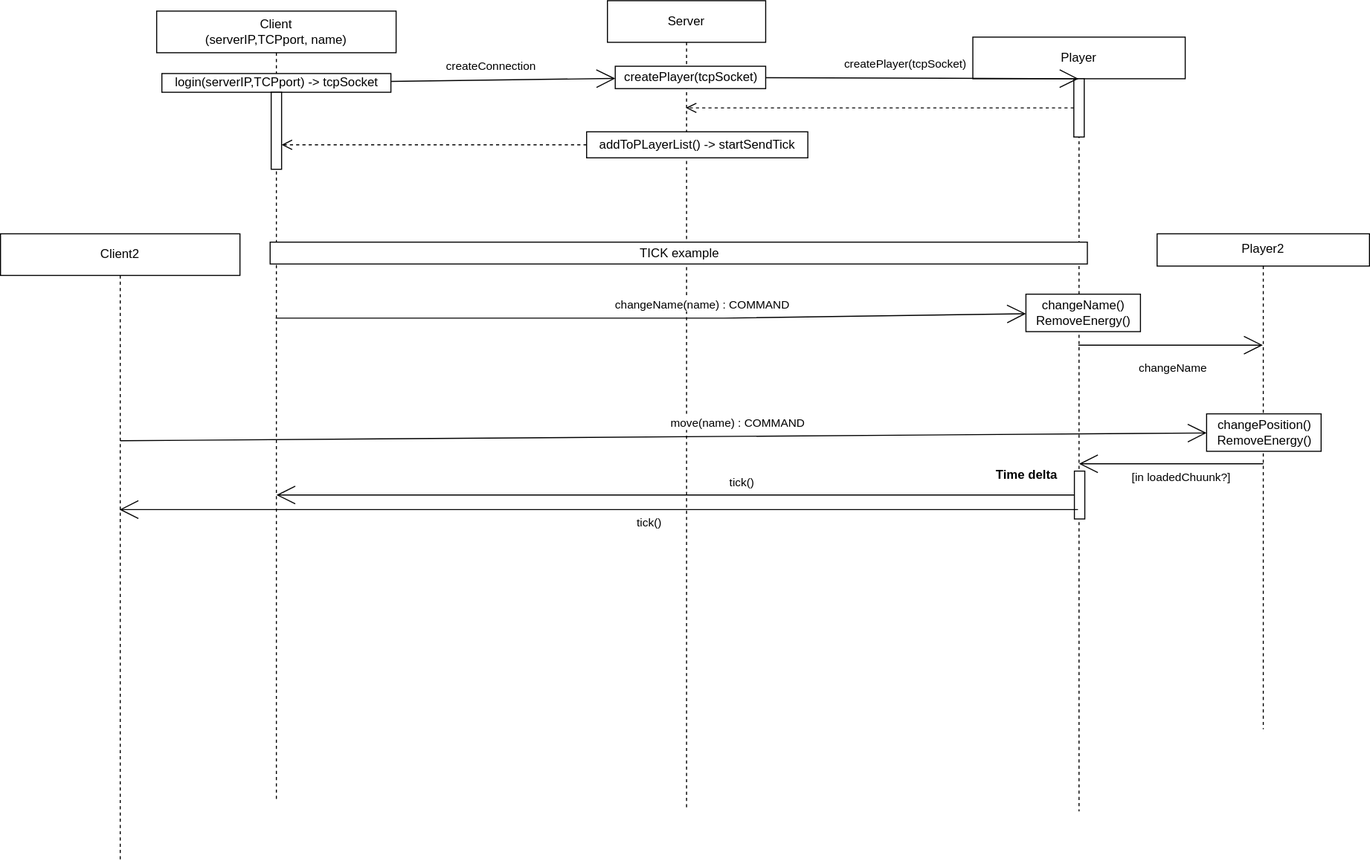
Omelug/HexagonWorld keeps this draw.io diagram as src/main/diagrams/init.svg. Above is the earlier version. Source tidied: cells renumbered, new cells last; positions are measured from the earlier drawing's top-left corner, leaving out a move shared by most shapes. Its diagram source:
```xml
<mxGraphModel>
  <root>
    <mxCell id="0" />
    <mxCell id="1" parent="0" />
    <mxCell id="2" value="Client&lt;br&gt;(serverIP,TCPport, name)" style="shape=umlLifeline;perimeter=lifelinePerimeter;whiteSpace=wrap;html=1;outlineConnect=0;" parent="1" vertex="1">
      <mxGeometry x="150" y="10" width="230" height="757" as="geometry" />
    </mxCell>
    <mxCell id="3" value="login(&lt;span style=&quot;&quot;&gt;serverIP,TCPport&lt;/span&gt;) -&amp;gt; tcpSocket" style="html=1;align=center;" parent="2" vertex="1">
      <mxGeometry x="5" y="60" width="220" height="18" as="geometry" />
    </mxCell>
    <mxCell id="4" style="html=1;points=[];perimeter=orthogonalPerimeter;" parent="2" vertex="1">
      <mxGeometry x="110" y="78" width="10" height="74" as="geometry" />
    </mxCell>
    <mxCell id="5" value="Server" style="shape=umlLifeline;perimeter=lifelinePerimeter;whiteSpace=wrap;html=1;outlineConnect=0;" parent="1" vertex="1">
      <mxGeometry x="583" width="152" height="777" as="geometry" />
    </mxCell>
    <mxCell id="6" value="createPlayer(tcpSocket)" style="html=1;" parent="5" vertex="1">
      <mxGeometry x="7.5" y="63" width="144.5" height="21.5" as="geometry" />
    </mxCell>
    <mxCell id="7" value="createConnection" style="endArrow=open;endSize=16;endFill=0;html=1;rounded=0;startArrow=none;" parent="1" edge="1" source="3" target="6">
      <mxGeometry x="-0.11" y="13" relative="1" as="geometry" />
    </mxCell>
    <mxCell id="8" style="html=1;verticalAlign=bottom;endArrow=open;dashed=1;endSize=8;rounded=0;" parent="1" edge="1" source="17" target="4">
      <mxGeometry relative="1" as="geometry" />
    </mxCell>
    <mxCell id="9" value="changeName(name) : COMMAND" style="endArrow=open;endSize=16;endFill=0;html=1;rounded=0;startArrow=none;" parent="1" edge="1" source="2" target="11">
      <mxGeometry x="0.14" y="13" relative="1" as="geometry">
        <Array as="points">
          <mxPoint x="695" y="305" />
        </Array>
      </mxGeometry>
    </mxCell>
    <mxCell id="10" value="Player" style="shape=umlLifeline;perimeter=lifelinePerimeter;whiteSpace=wrap;html=1;outlineConnect=0;" parent="1" vertex="1">
      <mxGeometry x="934" y="35" width="204" height="744" as="geometry" />
    </mxCell>
    <mxCell id="11" value="changeName()&lt;br&gt;RemoveEnergy()" style="html=1;" parent="10" vertex="1">
      <mxGeometry x="51" y="247" width="110" height="36" as="geometry" />
    </mxCell>
    <mxCell id="12" style="html=1;points=[];perimeter=orthogonalPerimeter;" parent="10" vertex="1">
      <mxGeometry x="97" y="40" width="10" height="56" as="geometry" />
    </mxCell>
    <mxCell id="13" style="html=1;points=[];perimeter=orthogonalPerimeter;" parent="10" vertex="1">
      <mxGeometry x="97.5" y="417" width="10" height="46" as="geometry" />
    </mxCell>
    <mxCell id="14" value="Time delta" style="text;align=center;fontStyle=1;verticalAlign=middle;spacingLeft=3;spacingRight=3;strokeColor=none;" parent="10" vertex="1">
      <mxGeometry x="12" y="407" width="80" height="26" as="geometry" />
    </mxCell>
    <mxCell id="15" value="createPlayer(tcpSocket)" style="endArrow=open;endSize=16;endFill=0;html=1;rounded=0;startArrow=none;" parent="1" edge="1" source="6" target="10">
      <mxGeometry x="-0.11" y="13" relative="1" as="geometry" />
    </mxCell>
    <mxCell id="16" style="html=1;verticalAlign=bottom;endArrow=open;dashed=1;endSize=8;rounded=0;" parent="1" edge="1" source="12" target="5">
      <mxGeometry relative="1" as="geometry" />
    </mxCell>
    <mxCell id="17" value="addToPLayerList() -&amp;gt; startSendTick" style="html=1;" parent="1" vertex="1">
      <mxGeometry x="563" y="126" width="212.5" height="25" as="geometry" />
    </mxCell>
    <mxCell id="18" value="tick()" style="endArrow=open;endSize=16;endFill=0;html=1;rounded=0;startArrow=none;" parent="1" edge="1" source="13">
      <mxGeometry x="-0.17" y="-12" relative="1" as="geometry">
        <mxPoint x="265" y="475" as="targetPoint" />
      </mxGeometry>
    </mxCell>
    <mxCell id="19" value="TICK example" style="html=1;gradientColor=none;" parent="1" vertex="1">
      <mxGeometry x="259" y="232" width="785" height="21" as="geometry" />
    </mxCell>
    <mxCell id="20" value="Client2" style="shape=umlLifeline;perimeter=lifelinePerimeter;whiteSpace=wrap;html=1;outlineConnect=0;" parent="1" vertex="1">
      <mxGeometry y="224" width="230" height="602" as="geometry" />
    </mxCell>
    <mxCell id="21" value="move(name) : COMMAND" style="endArrow=open;endSize=16;endFill=0;html=1;rounded=0;startArrow=none;" parent="1" edge="1" target="23">
      <mxGeometry x="0.14" y="13" relative="1" as="geometry">
        <mxPoint x="115" y="422.9" as="sourcePoint" />
      </mxGeometry>
    </mxCell>
    <mxCell id="22" value="Player2" style="shape=umlLifeline;perimeter=lifelinePerimeter;whiteSpace=wrap;html=1;outlineConnect=0;size=31;" parent="1" vertex="1">
      <mxGeometry x="1111" y="224" width="204" height="476" as="geometry" />
    </mxCell>
    <mxCell id="23" value="changePosition()&lt;br&gt;RemoveEnergy()" style="html=1;" parent="22" vertex="1">
      <mxGeometry x="47.5" y="173" width="110" height="36" as="geometry" />
    </mxCell>
    <mxCell id="24" value="[in loadedChuunk?]" style="endArrow=open;endSize=16;endFill=0;html=1;rounded=0;startArrow=none;" parent="1" edge="1">
      <mxGeometry x="-0.11" y="13" relative="1" as="geometry">
        <mxPoint x="1213" y="445" as="sourcePoint" />
        <mxPoint x="1036" y="445" as="targetPoint" />
        <Array as="points">
          <mxPoint x="1170.5" y="445" />
        </Array>
      </mxGeometry>
    </mxCell>
    <mxCell id="25" value="changeName" style="endArrow=open;endSize=16;endFill=0;html=1;rounded=0;startArrow=none;" parent="1" edge="1" source="10" target="22">
      <mxGeometry x="0.02" y="-22" relative="1" as="geometry">
        <Array as="points">
          <mxPoint x="1113" y="331" />
        </Array>
      </mxGeometry>
    </mxCell>
    <mxCell id="26" value="tick()" style="endArrow=open;endSize=16;endFill=0;html=1;rounded=0;startArrow=none;" parent="1" edge="1" target="20">
      <mxGeometry x="-0.11" y="13" relative="1" as="geometry">
        <mxPoint x="1035" y="489" as="sourcePoint" />
      </mxGeometry>
    </mxCell>
  </root>
</mxGraphModel>
```
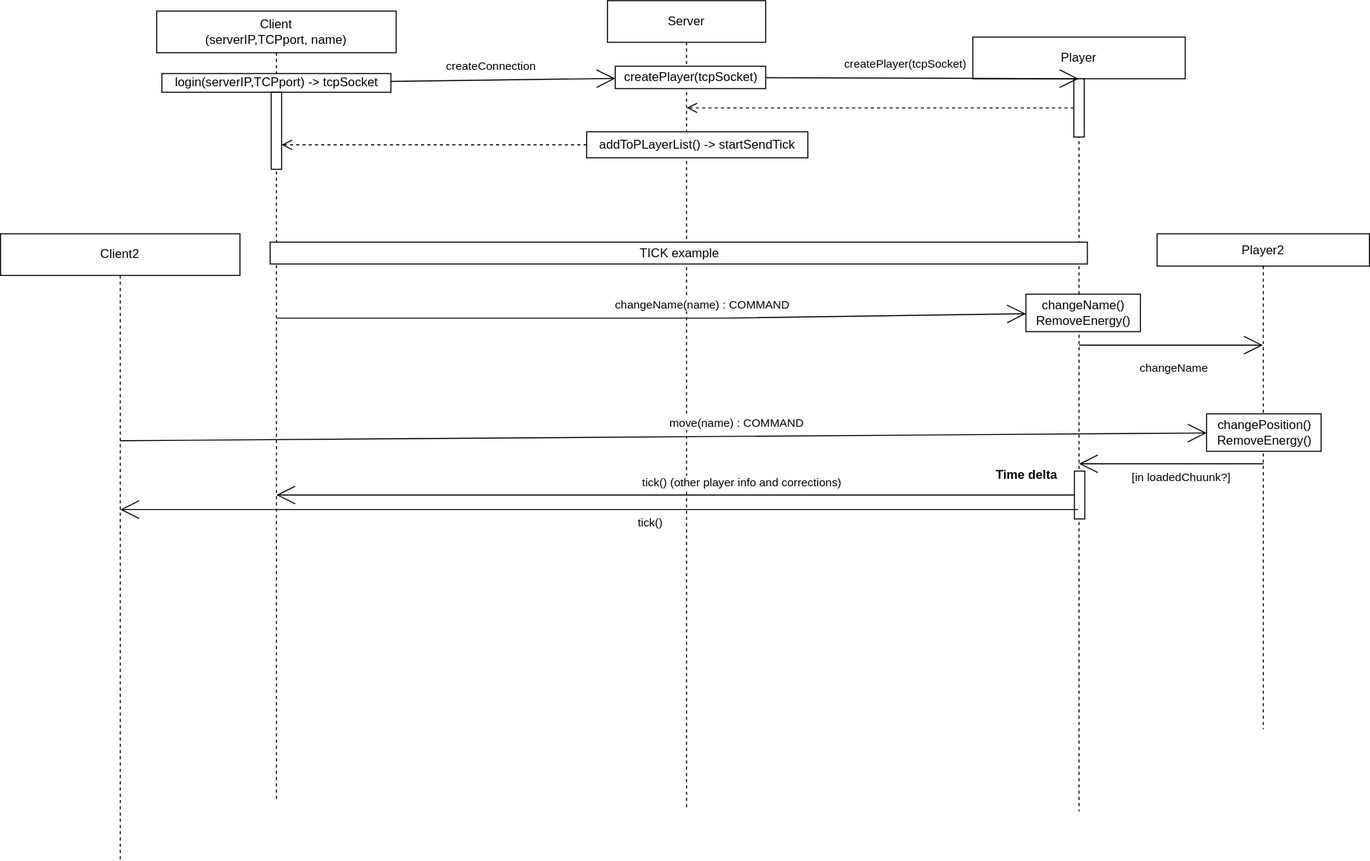
Later version of the same file.

Diff of the diagram source:
```diff
@@ -54,7 +54,7 @@
     <mxCell id="17" value="addToPLayerList() -&amp;gt; startSendTick" style="html=1;" parent="1" vertex="1">
       <mxGeometry x="563" y="126" width="212.5" height="25" as="geometry" />
     </mxCell>
-    <mxCell id="18" value="tick()" style="endArrow=open;endSize=16;endFill=0;html=1;rounded=0;startArrow=none;" parent="1" edge="1" source="13">
+    <mxCell id="18" value="tick() (other player info and corrections)" style="endArrow=open;endSize=16;endFill=0;html=1;rounded=0;startArrow=none;" parent="1" edge="1" source="13">
       <mxGeometry x="-0.17" y="-12" relative="1" as="geometry">
         <mxPoint x="265" y="475" as="targetPoint" />
       </mxGeometry>
```
